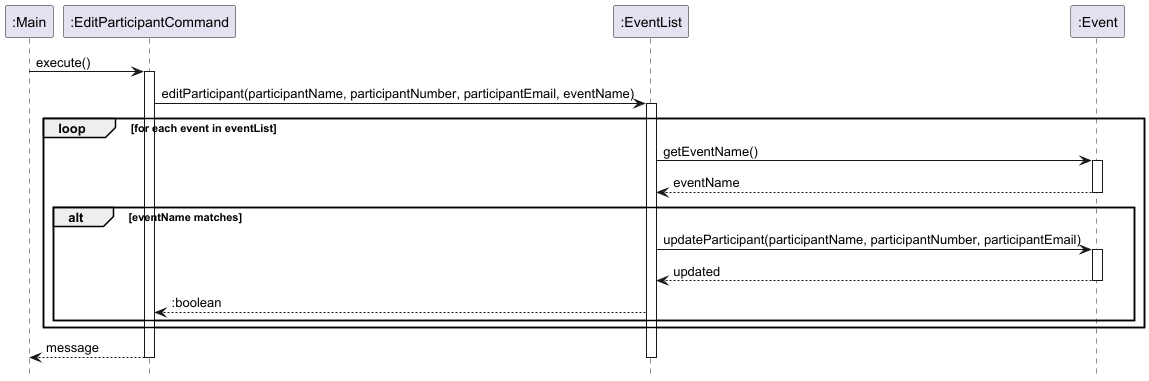
Above: docs/images/EditParticipantCommandSequenceDiagram.png in nus-cs2113-AY2425S1/tp (PlantUML), before the change.
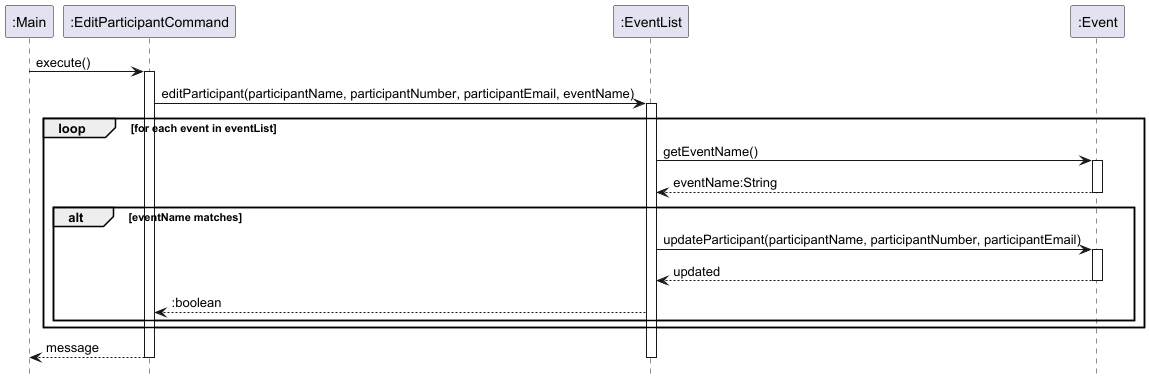
Later version of the same file.

The edit, as a diff of the source:
```diff
@@ -15,7 +15,7 @@
  loop for each event in eventList
      eventList -> event : getEventName()
      activate event
-     event --> eventList : eventName
+     event --> eventList : eventName:String
      deactivate event
 
      alt eventName matches
```
